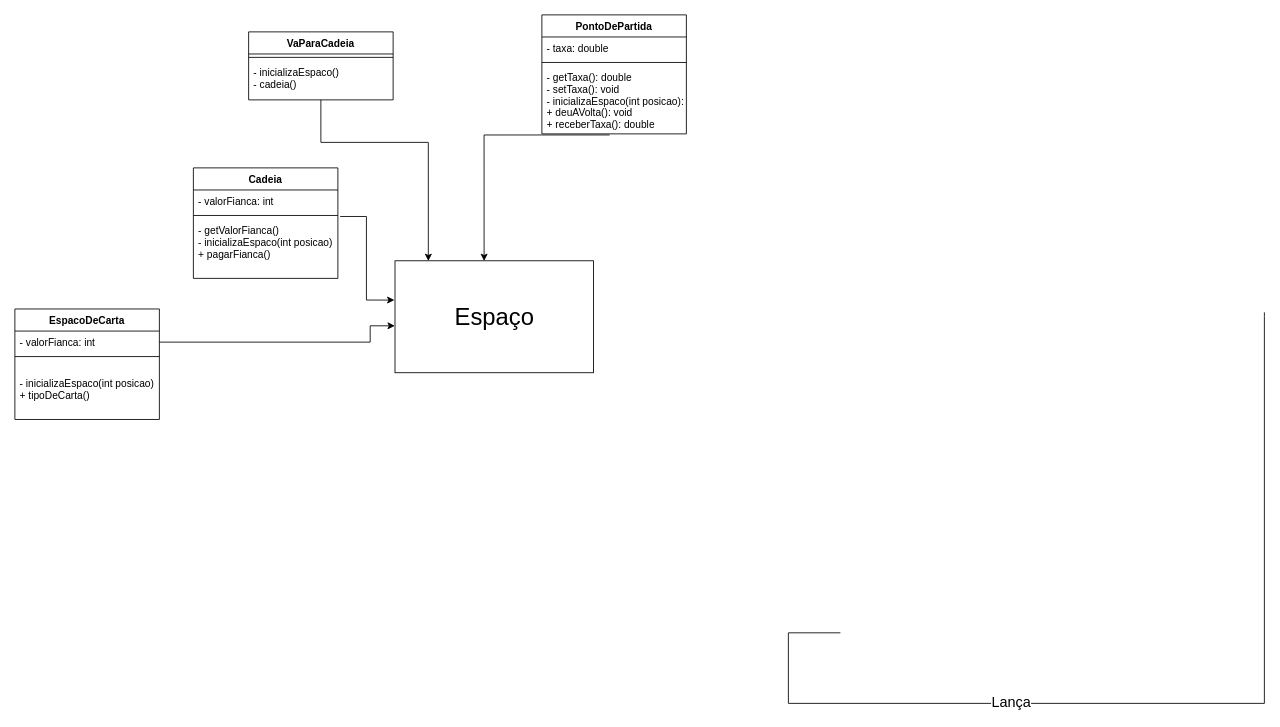
Above: diagrama/Espaco - Arthur.drawio in thiagoproenca/POO-monopoly (draw.io), before the change. Source tidied: cells renumbered, new cells numbered last; positions are measured from the earlier drawing's top-left corner, leaving out a move shared by most shapes. Both pictures are drawn from the tidied source at 85%, with x=0, y=0 at pixel (14, 14).
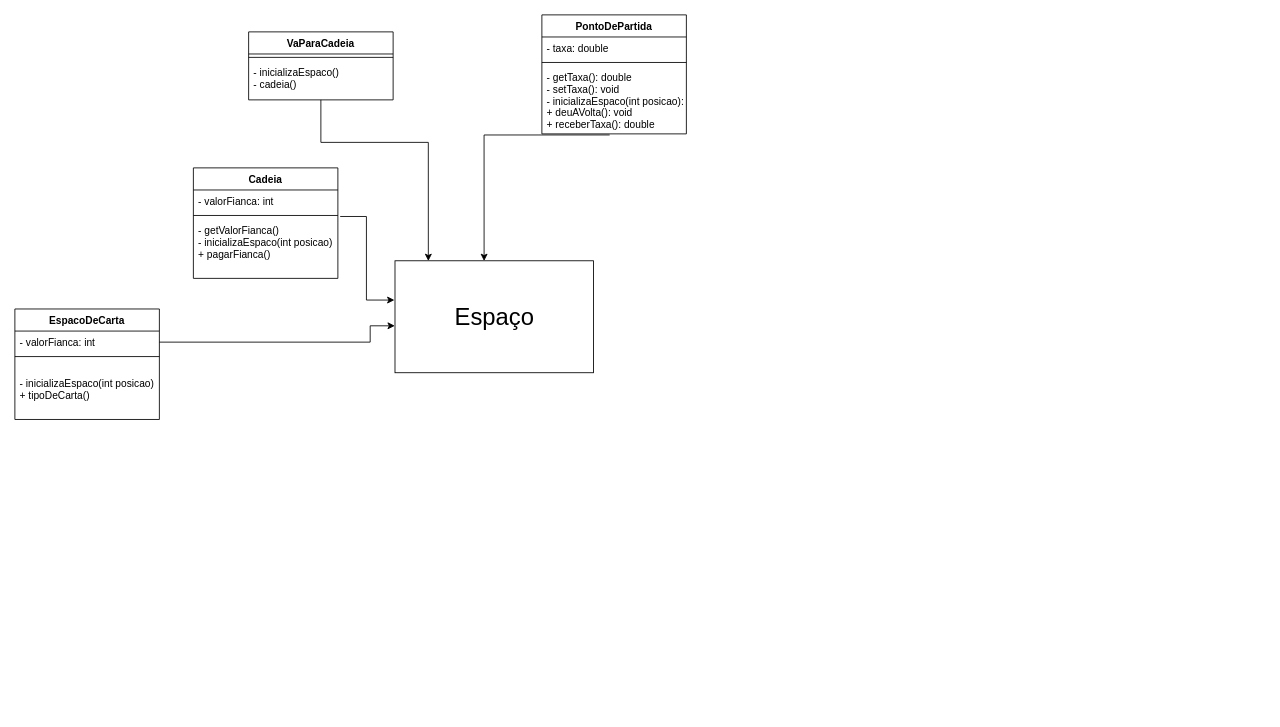
The same diagram, later.

Commit message (it also covers changes not shown here):
Testes da classe 'TaxaDeRiqueza' finalizados

What changed in the source:
```diff
@@
-    <mxCell id="4" value="Lança" style="edgeStyle=orthogonalEdgeStyle;rounded=0;orthogonalLoop=1;jettySize=auto;html=1;exitX=0.75;exitY=1;exitDx=0;exitDy=0;fontSize=17;startArrow=none;startFill=0;endArrow=none;endFill=0;endSize=24;sourcePerimeterSpacing=6;targetPerimeterSpacing=24;strokeWidth=1;entryX=1;entryY=0.5;entryDx=0;entryDy=0;" parent="1" edge="1">
-      <mxGeometry x="-0.3" relative="1" as="geometry">
-        <mxPoint x="971.2" y="727" as="sourcePoint" />
-        <mxPoint x="1470" y="350" as="targetPoint" />
-        <Array as="points">
-          <mxPoint x="910" y="727" />
-          <mxPoint x="910" y="810" />
-          <mxPoint x="1470" y="810" />
-          <mxPoint x="1470" y="355" />
-        </Array>
-        <mxPoint x="-1" as="offset" />
-      </mxGeometry>
-    </mxCell>
```
